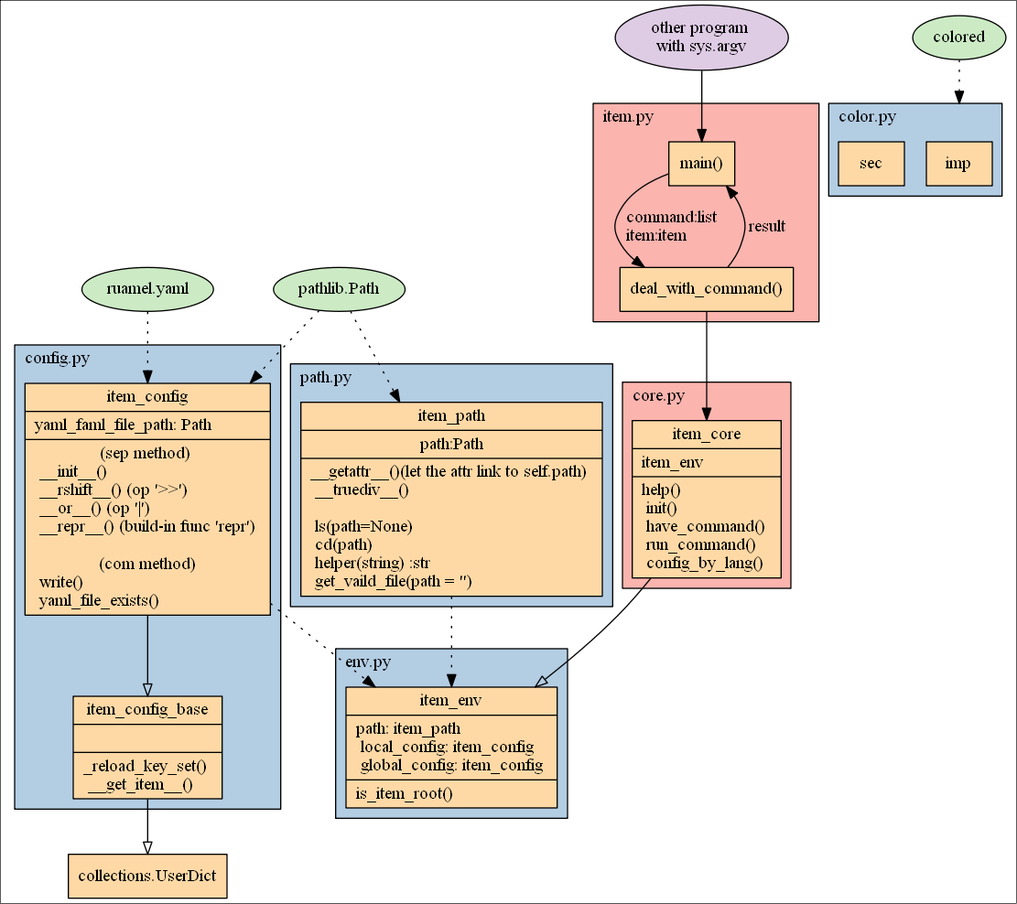
Earlier version of the Graphviz export doc/res/programUML.png (PeterlitsZo/item). Its source is kept beside it as doc/res/programUML.dot.
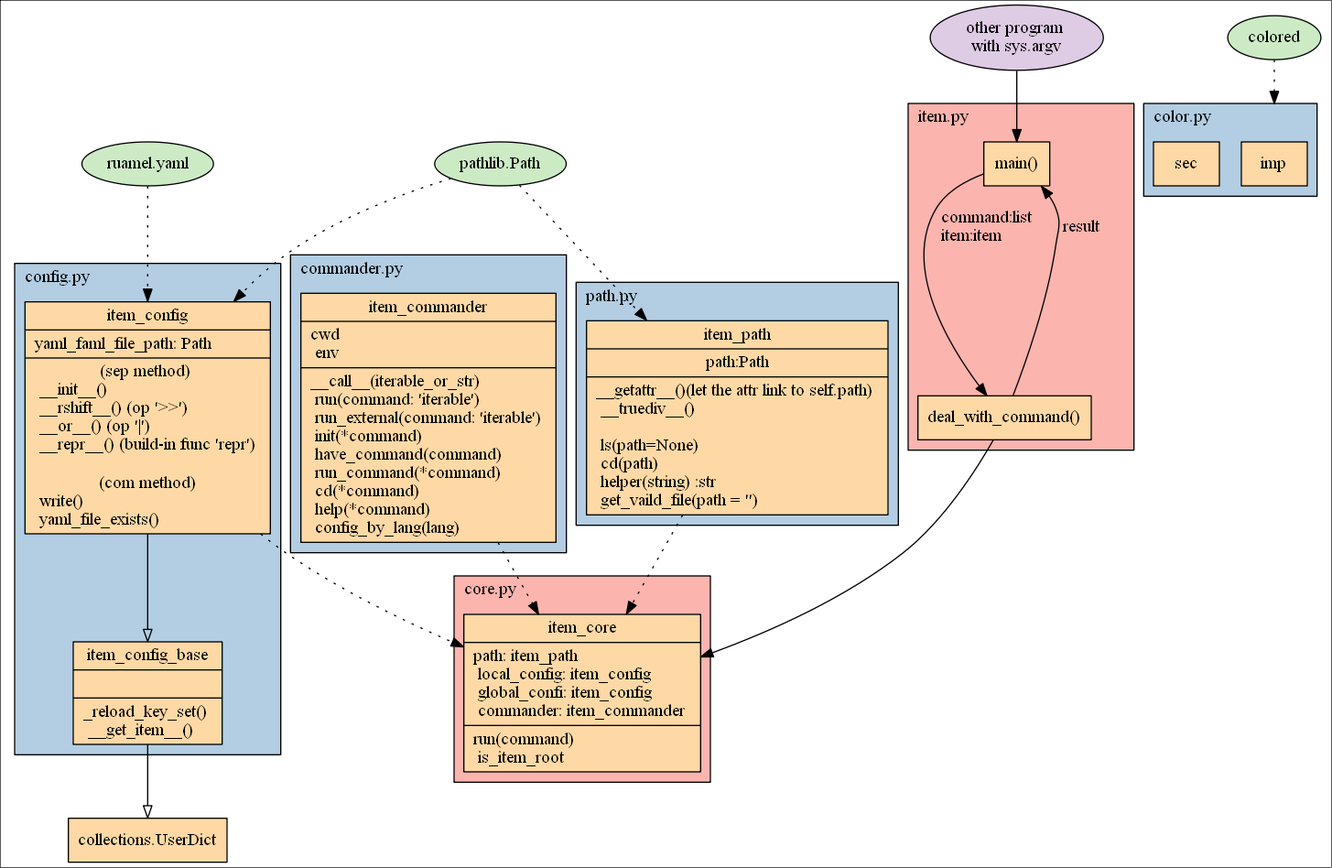
Above is the later version.

The edit, as a diff of the source:
```diff
@@ -21,13 +21,16 @@
     }
 
     subgraph cluster_core{
-        item [label="{item_core| item_env
-                        \l| help()
-                         \l init()
-                         \l have_command()
-                         \l run_command()
-                         \l config_by_lang()
-                         \l}", shape="record"];
+        item [label="{
+                item_core
+            |   path: item_path
+            \l  local_config: item_config
+            \l  global_confi: item_config
+            \l  commander: item_commander
+            \l| run(command)
+            \l  is_item_root
+            \l
+        }", shape="record"]
         label = "core.py"
         bgcolor = 1
     }
@@ -43,16 +46,6 @@
                                    \l get_vaild_file(path = '')
                                    \l}", shape="record"];
         label = "path.py";
-        bgcolor = 2;
-    }
-
-    subgraph cluster_item_env{
-        item_env [label="{item_env| path: item_path
-                                 \l local_config: item_config
-                                 \l global_config: item_config
-                                \l| is_item_root()
-                                 \l}", shape="record"]
-        label = "env.py";
         bgcolor = 2;
     }
 
@@ -78,6 +71,28 @@
         item_config -> item_config_base [arrowhead="o"]
     }
 
+    subgraph cluster_commander{
+        item_commander [
+            label="{
+                    item_commander
+                |   cwd
+                \l  env
+                \l| __call__(iterable_or_str)
+                \l  run(command: 'iterable')
+                \l  run_external(command: 'iterable')
+                \l  init(*command)
+                \l  have_command(command)
+                \l  run_command(*command)
+                \l  cd(*command)
+                \l  help(*command)
+                \l  config_by_lang(lang)
+                \l
+            }"
+            shape="record"]
+        label = "commander.py";
+        bgcolor = 2;
+    }
+
     subgraph cluster_color{
         imp [label="{imp}", shape="record"];
         sec [label="{sec}", shape="record"];
@@ -85,16 +100,17 @@
         bgcolor = 2;
     }
 
-    item_path -> item_env [style="dotted"];
+    item_path -> item [style="dotted"];
     item_config_base -> user_dict [arrowhead="o"]
 
     ruamel_yaml -> item_config [style="dotted"];
     colored -> imp [lhead=cluster_color, style="dotted"];
     pathlib_Path -> {item_config, item_path} [style="dotted"];
 
-    item_config -> item_env [style="dotted"];
+    item_config -> item [style="dotted"];
+
+    item_commander -> item[style="dotted"]
 
     argv -> main;
     deal_with_command -> item;
-    item -> item_env [arrowhead="o"];
 }
```
